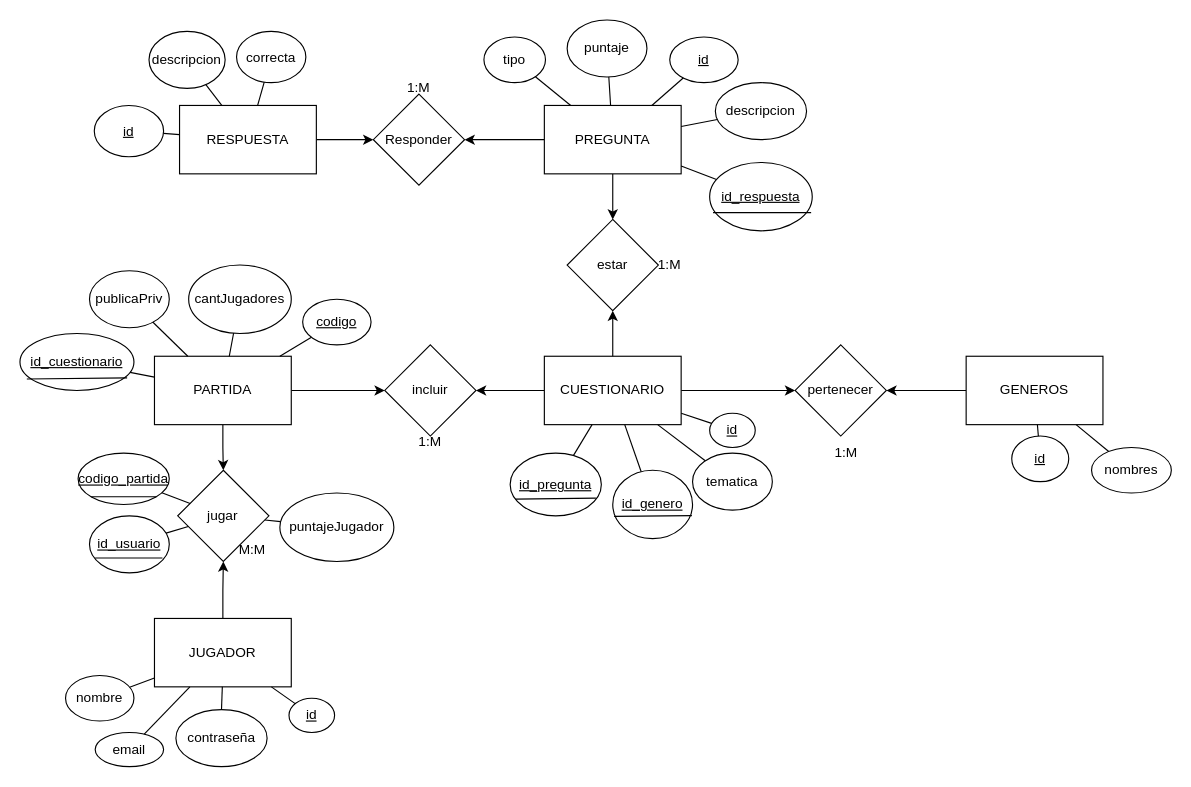
Above: Diagramas/DiagramaER-preguntaditos.drawio in skinnieraxis1/proyecto-preguntados (draw.io), before the change. Source tidied: cells renumbered, new cells numbered last; positions are measured from the earlier drawing's top-left corner, leaving out a move shared by most shapes. Both pictures are drawn from the tidied source at 114%, with x=0, y=0 at pixel (19, 19).
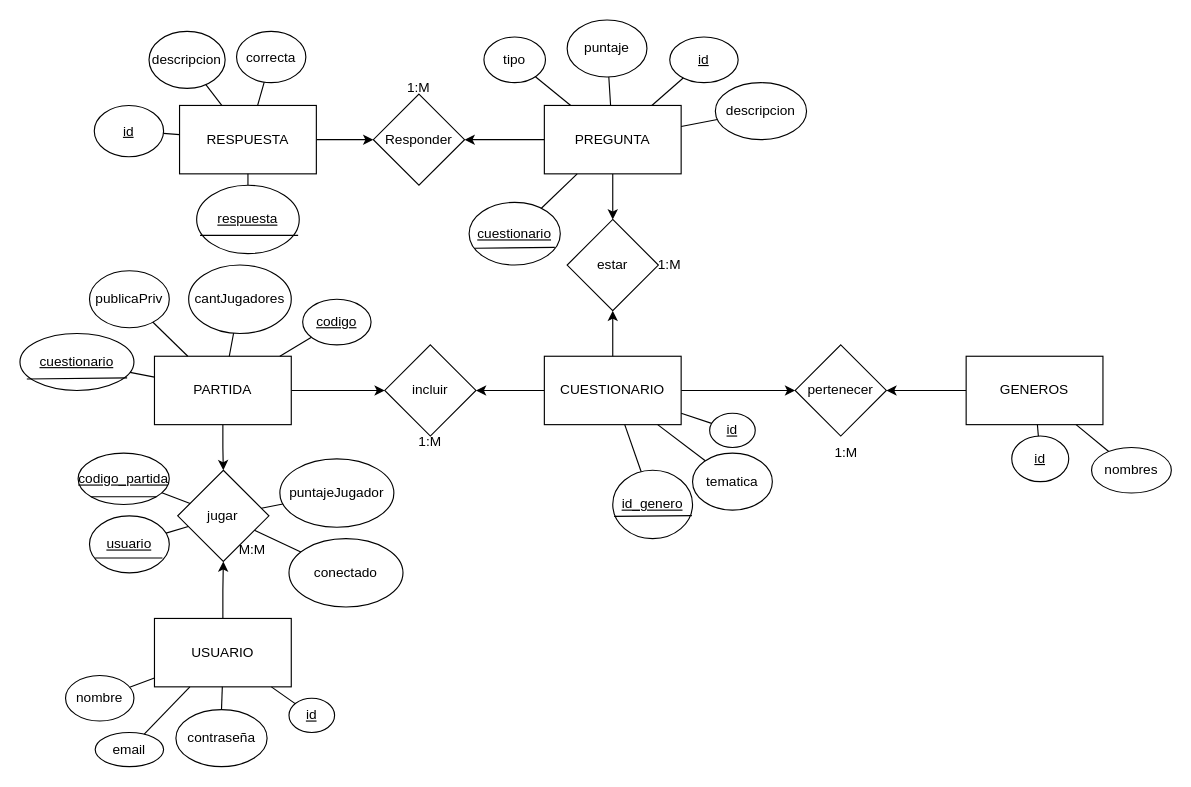
The same diagram, later.

The change refers to these unchanged cells:
```xml
<mxCell id="6" value="PREGUNTA" style="rounded=0;whiteSpace=wrap;html=1;" parent="1" vertex="1">
  <mxGeometry x="460" y="75" width="120" height="60" as="geometry" />
</mxCell>
<mxCell id="12" value="CUESTIONARIO" style="rounded=0;whiteSpace=wrap;html=1;" parent="1" vertex="1">
  <mxGeometry x="460" y="295" width="120" height="60" as="geometry" />
</mxCell>
<mxCell id="23" value="RESPUESTA" style="rounded=0;whiteSpace=wrap;html=1;" parent="1" vertex="1">
  <mxGeometry x="140" y="75" width="120" height="60" as="geometry" />
</mxCell>
<mxCell id="44" value="jugar" style="rhombus;whiteSpace=wrap;html=1;" parent="1" vertex="1">
  <mxGeometry x="138.4" y="395" width="80" height="80" as="geometry" />
</mxCell>
```

Diff of the diagram source:
```diff
@@
-    <mxCell id="3" value="JUGADOR" style="rounded=0;whiteSpace=wrap;html=1;" parent="1" vertex="1">
+    <mxCell id="3" value="USUARIO" style="rounded=0;whiteSpace=wrap;html=1;" parent="1" vertex="1">
       <mxGeometry x="118" y="525" width="120" height="60" as="geometry" />
     </mxCell>
@@
-    <mxCell id="19" value="&lt;u&gt;id_pregunta&lt;/u&gt;" style="ellipse;whiteSpace=wrap;html=1;" parent="1" vertex="1">
-      <mxGeometry x="430" y="380" width="80" height="55" as="geometry" />
+    <mxCell id="19" value="&lt;u&gt;cuestionario&lt;/u&gt;" style="ellipse;whiteSpace=wrap;html=1;" parent="1" vertex="1">
+      <mxGeometry x="394" y="160" width="80" height="55" as="geometry" />
     </mxCell>
@@
-    <mxCell id="29" value="&lt;u&gt;id_respuesta&lt;/u&gt;" style="ellipse;whiteSpace=wrap;html=1;" parent="1" vertex="1">
-      <mxGeometry x="605" y="125" width="90" height="60" as="geometry" />
-    </mxCell>
-    <mxCell id="30" style="endArrow=none;html=1;rounded=0;exitX=0.033;exitY=0.733;exitDx=0;exitDy=0;exitPerimeter=0;entryX=0.989;entryY=0.733;entryDx=0;entryDy=0;entryPerimeter=0;" parent="1" edge="1" source="29" target="29">
-      <mxGeometry relative="1" as="geometry" />
-    </mxCell>
@@
-    <mxCell id="39" value="&lt;u&gt;id_usuario&lt;/u&gt;" style="ellipse;whiteSpace=wrap;html=1;" parent="1" vertex="1">
+    <mxCell id="39" value="&lt;u&gt;usuario&lt;/u&gt;" style="ellipse;whiteSpace=wrap;html=1;" parent="1" vertex="1">
       <mxGeometry x="61" y="435" width="70" height="50" as="geometry" />
     </mxCell>
@@
-    <mxCell id="41" value="&lt;u&gt;id_cuestionario&lt;/u&gt;" style="ellipse;whiteSpace=wrap;html=1;" parent="1" vertex="1">
+    <mxCell id="41" value="&lt;u&gt;cuestionario&lt;/u&gt;" style="ellipse;whiteSpace=wrap;html=1;" parent="1" vertex="1">
       <mxGeometry y="275" width="100" height="50" as="geometry" />
     </mxCell>
@@
     <mxCell id="43" value="puntajeJugador" style="ellipse;whiteSpace=wrap;html=1;" parent="1" vertex="1">
-      <mxGeometry x="228" y="415" width="100" height="60" as="geometry" />
+      <mxGeometry x="228" y="385" width="100" height="60" as="geometry" />
     </mxCell>
@@
-    <mxCell id="77" style="endArrow=none;html=1;rounded=0;" parent="1" edge="1" source="6" target="29">
-      <mxGeometry relative="1" as="geometry" />
-    </mxCell>
-    <mxCell id="78" style="endArrow=none;html=1;rounded=0;" parent="1" edge="1" source="12" target="19">
+    <mxCell id="78" style="endArrow=none;html=1;rounded=0;" parent="1" edge="1" source="6" target="19">
       <mxGeometry relative="1" as="geometry" />
     </mxCell>
@@
+    <mxCell id="84" style="rounded=0;jettySize=auto;html=1;endArrow=none;endFill=0;" parent="1" edge="1" source="85" target="23">
+      <mxGeometry relative="1" as="geometry" />
+    </mxCell>
+    <mxCell id="85" value="&lt;u&gt;respuesta&lt;/u&gt;" style="ellipse;whiteSpace=wrap;html=1;" parent="1" vertex="1">
+      <mxGeometry x="155" y="145" width="90" height="60" as="geometry" />
+    </mxCell>
+    <mxCell id="86" style="endArrow=none;html=1;rounded=0;exitX=0.033;exitY=0.733;exitDx=0;exitDy=0;exitPerimeter=0;entryX=0.989;entryY=0.733;entryDx=0;entryDy=0;entryPerimeter=0;" parent="1" edge="1" source="85" target="85">
+      <mxGeometry relative="1" as="geometry" />
+    </mxCell>
+    <mxCell id="87" style="edgeStyle=none;rounded=0;jettySize=auto;html=1;endArrow=none;endFill=0;" parent="1" edge="1" source="88" target="44">
+      <mxGeometry relative="1" as="geometry" />
+    </mxCell>
+    <mxCell id="88" value="conectado" style="ellipse;whiteSpace=wrap;html=1;" parent="1" vertex="1">
+      <mxGeometry x="236" y="455" width="100" height="60" as="geometry" />
+    </mxCell>
```
